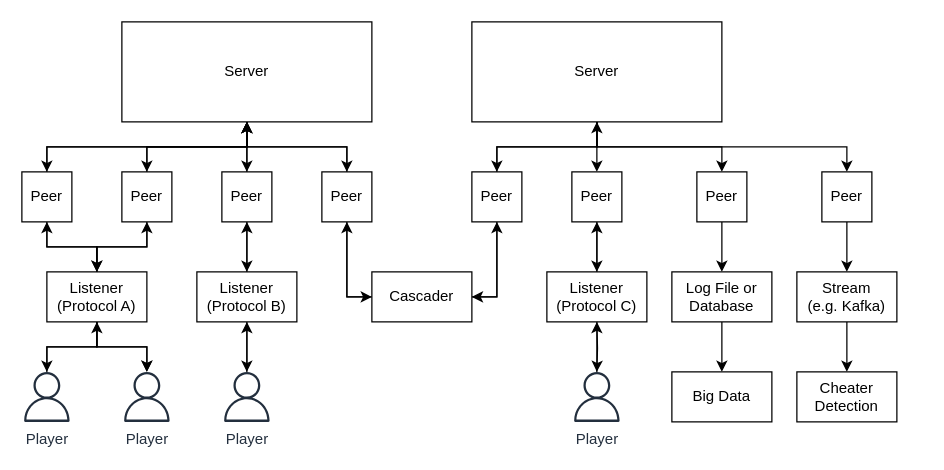
This is img/architecture.drawio from DiscreteTom/rua, a draw.io file, before an edit. Source tidied: cells renumbered, new cells numbered last; positions are measured from the earlier drawing's top-left corner, leaving out a move shared by most shapes. Both pictures are drawn from the tidied source at 125%, with x=0, y=0 at pixel (21, 21).
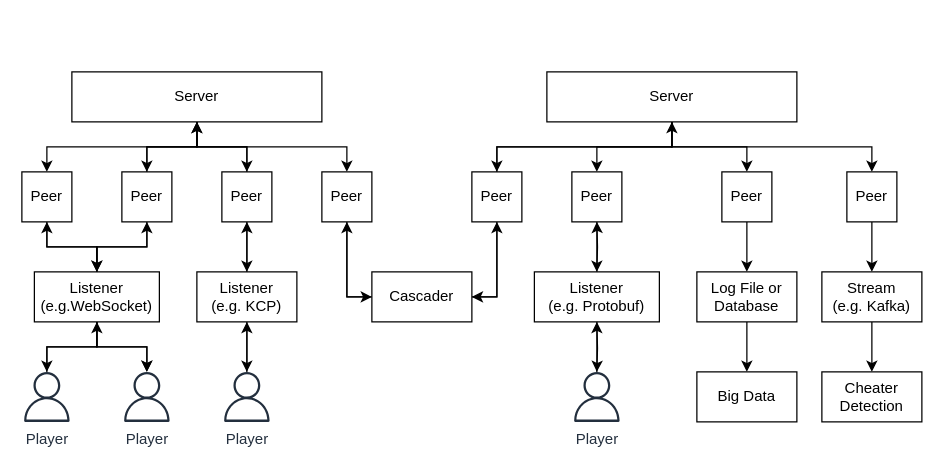
The same page after the edit.

Commit message (it also covers changes not shown here):
update architecture diagram

The change refers to these unchanged cells:
```xml
<mxCell id="20" value="Peer" style="rounded=0;whiteSpace=wrap;html=1;" parent="1" vertex="1">
  <mxGeometry x="240" y="120" width="40" height="40" as="geometry" />
</mxCell>
<mxCell id="23" value="Peer" style="rounded=0;whiteSpace=wrap;html=1;" parent="1" vertex="1">
  <mxGeometry x="360" y="120" width="40" height="40" as="geometry" />
</mxCell>
<mxCell id="25" value="Peer" style="rounded=0;whiteSpace=wrap;html=1;" parent="1" vertex="1">
  <mxGeometry x="440" y="120" width="40" height="40" as="geometry" />
</mxCell>
<mxCell id="45" value="Peer" style="rounded=0;whiteSpace=wrap;html=1;" parent="1" vertex="1">
  <mxGeometry y="120" width="40" height="40" as="geometry" />
</mxCell>
```

Diff of the diagram source:
```diff
@@
     <mxCell id="5" style="edgeStyle=orthogonalEdgeStyle;rounded=0;jettySize=auto;html=1;" parent="1" edge="1" source="6" target="45">
-      <mxGeometry relative="1" as="geometry">
-        <Array as="points">
-          <mxPoint x="180" y="100" />
-          <mxPoint x="20" y="100" />
-        </Array>
-      </mxGeometry>
+      <mxGeometry relative="1" as="geometry" />
     </mxCell>
     <mxCell id="6" value="Server" style="rounded=0;whiteSpace=wrap;html=1;" parent="1" vertex="1">
-      <mxGeometry x="80" width="200" height="80" as="geometry" />
+      <mxGeometry x="40" y="40" width="200" height="40" as="geometry" />
     </mxCell>
     <mxCell id="7" style="edgeStyle=orthogonalEdgeStyle;rounded=0;jettySize=auto;html=1;" parent="1" edge="1" source="11" target="23">
-      <mxGeometry relative="1" as="geometry" />
+      <mxGeometry relative="1" as="geometry">
+        <Array as="points">
+          <mxPoint x="520" y="100" />
+          <mxPoint x="380" y="100" />
+        </Array>
+      </mxGeometry>
     </mxCell>
@@
     <mxCell id="10" style="edgeStyle=orthogonalEdgeStyle;rounded=0;jettySize=auto;html=1;" parent="1" edge="1" source="11" target="54">
       <mxGeometry relative="1" as="geometry">
         <Array as="points">
-          <mxPoint x="460" y="100" />
-          <mxPoint x="660" y="100" />
+          <mxPoint x="520" y="100" />
+          <mxPoint x="680" y="100" />
         </Array>
       </mxGeometry>
     </mxCell>
     <mxCell id="11" value="Server" style="rounded=0;whiteSpace=wrap;html=1;" parent="1" vertex="1">
-      <mxGeometry x="360" width="200" height="80" as="geometry" />
+      <mxGeometry x="420" y="40" width="200" height="40" as="geometry" />
     </mxCell>
@@
-    <mxCell id="18" style="edgeStyle=orthogonalEdgeStyle;rounded=0;jettySize=auto;html=1;" parent="1" edge="1" source="20" target="6">
-      <mxGeometry relative="1" as="geometry" />
-    </mxCell>
@@
     <mxCell id="21" style="edgeStyle=orthogonalEdgeStyle;rounded=0;jettySize=auto;html=1;" parent="1" edge="1" source="23" target="11">
-      <mxGeometry relative="1" as="geometry" />
+      <mxGeometry relative="1" as="geometry">
+        <Array as="points">
+          <mxPoint x="380" y="100" />
+          <mxPoint x="520" y="100" />
+        </Array>
+      </mxGeometry>
     </mxCell>
@@
-    <mxCell id="24" style="edgeStyle=orthogonalEdgeStyle;rounded=0;jettySize=auto;html=1;" parent="1" edge="1" source="25" target="49">
-      <mxGeometry relative="1" as="geometry" />
+    <mxCell id="24" style="edgeStyle=orthogonalEdgeStyle;rounded=0;jettySize=auto;html=1;" parent="1" edge="1" source="25">
+      <mxGeometry relative="1" as="geometry">
+        <mxPoint x="460" y="200" as="targetPoint" />
+      </mxGeometry>
     </mxCell>
@@
     <mxCell id="27" value="Peer" style="rounded=0;whiteSpace=wrap;html=1;" parent="1" vertex="1">
-      <mxGeometry x="540" y="120" width="40" height="40" as="geometry" />
+      <mxGeometry x="560" y="120" width="40" height="40" as="geometry" />
     </mxCell>
@@
-    <mxCell id="39" value="Listener&lt;br&gt;(Protocol A)" style="rounded=0;whiteSpace=wrap;html=1;" parent="1" vertex="1">
-      <mxGeometry x="20" y="200" width="80" height="40" as="geometry" />
+    <mxCell id="39" value="Listener&lt;br&gt;(e.g.WebSocket)" style="rounded=0;whiteSpace=wrap;html=1;" parent="1" vertex="1">
+      <mxGeometry x="10" y="200" width="100" height="40" as="geometry" />
     </mxCell>
@@
-    <mxCell id="42" value="Listener&lt;br&gt;(Protocol B)" style="rounded=0;whiteSpace=wrap;html=1;" parent="1" vertex="1">
+    <mxCell id="42" value="Listener&lt;br&gt;(e.g. KCP)" style="rounded=0;whiteSpace=wrap;html=1;" parent="1" vertex="1">
       <mxGeometry x="140" y="200" width="80" height="40" as="geometry" />
     </mxCell>
-    <mxCell id="43" style="edgeStyle=orthogonalEdgeStyle;rounded=0;jettySize=auto;html=1;" parent="1" edge="1" source="45" target="6">
-      <mxGeometry relative="1" as="geometry">
-        <Array as="points">
-          <mxPoint x="20" y="100" />
-          <mxPoint x="180" y="100" />
-        </Array>
-      </mxGeometry>
-    </mxCell>
@@
-    <mxCell id="48" style="edgeStyle=orthogonalEdgeStyle;rounded=0;jettySize=auto;html=1;" parent="1" edge="1" source="49" target="25">
-      <mxGeometry relative="1" as="geometry" />
+    <mxCell id="48" style="edgeStyle=orthogonalEdgeStyle;rounded=0;jettySize=auto;html=1;" parent="1" edge="1" target="25">
+      <mxGeometry relative="1" as="geometry">
+        <mxPoint x="460" y="200" as="sourcePoint" />
+      </mxGeometry>
     </mxCell>
-    <mxCell id="49" value="Listener&lt;br&gt;(Protocol C)" style="rounded=0;whiteSpace=wrap;html=1;" parent="1" vertex="1">
-      <mxGeometry x="420" y="200" width="80" height="40" as="geometry" />
+    <mxCell id="49" value="Listener&lt;br&gt;(e.g. Protobuf)" style="rounded=0;whiteSpace=wrap;html=1;" parent="1" vertex="1">
+      <mxGeometry x="410" y="200" width="100" height="40" as="geometry" />
     </mxCell>
@@
     <mxCell id="54" value="Peer" style="rounded=0;whiteSpace=wrap;html=1;" parent="1" vertex="1">
-      <mxGeometry x="640" y="120" width="40" height="40" as="geometry" />
+      <mxGeometry x="660" y="120" width="40" height="40" as="geometry" />
     </mxCell>
@@
     <mxCell id="56" value="Log File or&lt;br&gt;Database" style="rounded=0;whiteSpace=wrap;html=1;" parent="1" vertex="1">
-      <mxGeometry x="520" y="200" width="80" height="40" as="geometry" />
+      <mxGeometry x="540" y="200" width="80" height="40" as="geometry" />
     </mxCell>
     <mxCell id="57" value="Big Data" style="rounded=0;whiteSpace=wrap;html=1;" parent="1" vertex="1">
-      <mxGeometry x="520" y="280" width="80" height="40" as="geometry" />
+      <mxGeometry x="540" y="280" width="80" height="40" as="geometry" />
     </mxCell>
@@
     <mxCell id="59" value="Stream&lt;br&gt;(e.g. Kafka)" style="rounded=0;whiteSpace=wrap;html=1;" parent="1" vertex="1">
-      <mxGeometry x="620" y="200" width="80" height="40" as="geometry" />
+      <mxGeometry x="640" y="200" width="80" height="40" as="geometry" />
     </mxCell>
     <mxCell id="60" value="Cheater&lt;br&gt;Detection" style="rounded=0;whiteSpace=wrap;html=1;" parent="1" vertex="1">
-      <mxGeometry x="620" y="280" width="80" height="40" as="geometry" />
+      <mxGeometry x="640" y="280" width="80" height="40" as="geometry" />
     </mxCell>
```
